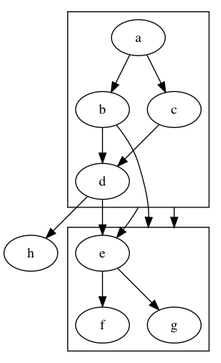
The Graphviz diagram openapi-workflow/v1.dot.png in philsturgeon/diagrams, before a commit. Its source is kept beside it as openapi-workflow/v1.dot.
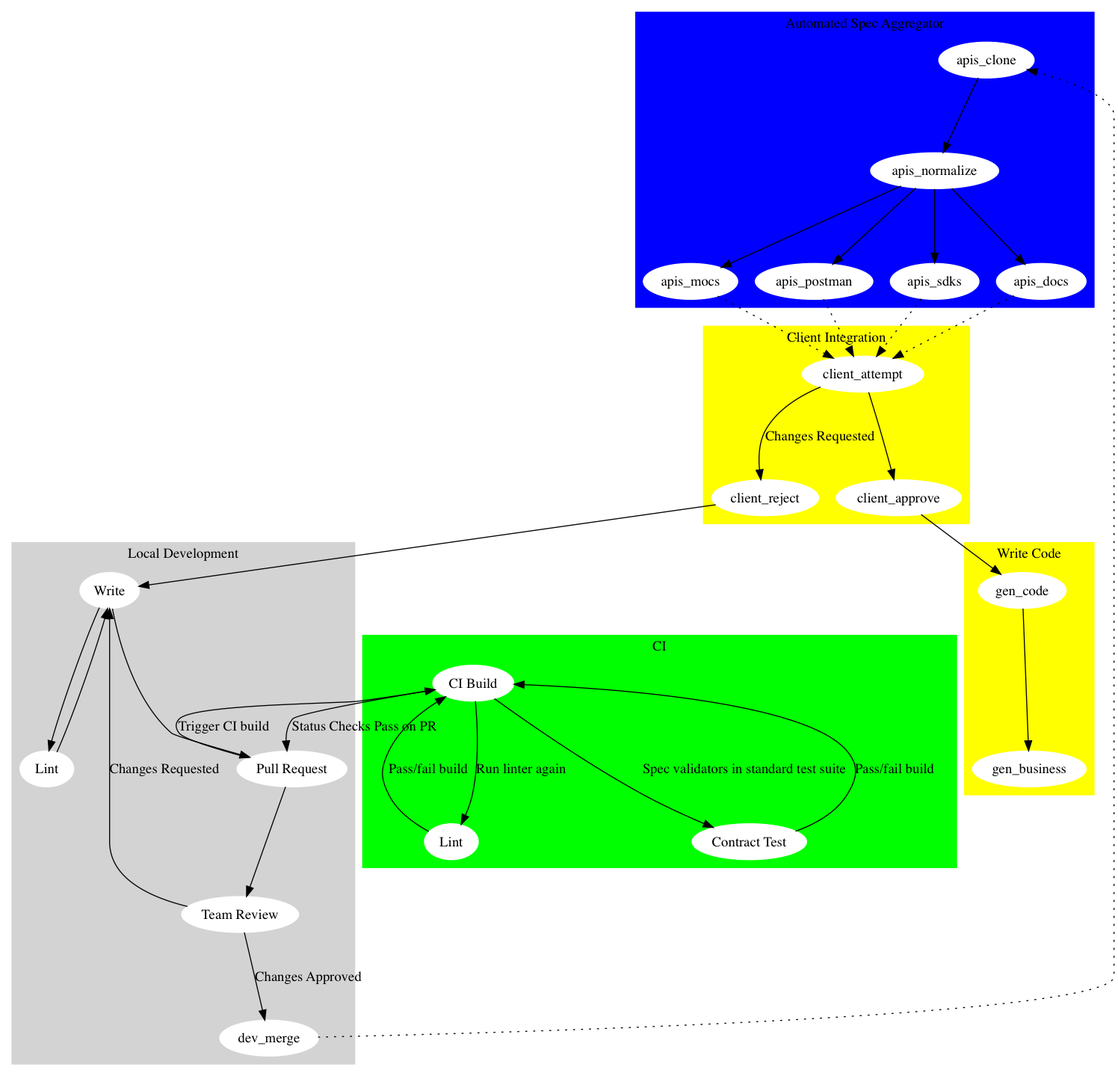
The same file after the commit.

Commit message:
Got the content mostly right, looks like hell

Diff of the diagram source:
```diff
@@ -1,18 +1,84 @@
 digraph G {
     compound=true;
     subgraph cluster0 {
-        a -> b;
-        a -> c;
-        b -> d;
-        c -> d;
+        style=filled;
+		color=lightgrey;
+		node [style=filled,color=white];
+        label = "Local Development";
+
+        dev_write [label="Write"];
+        dev_lint [label="Lint"];
+        dev_pr [label="Pull Request"];
+        dev_review [label="Team Review"];
+        dev_merge
+
+        dev_write -> dev_lint;
+        dev_lint -> dev_write;
+        dev_write -> dev_pr;
+        dev_pr -> dev_review;
+        dev_review -> dev_write [label="Changes Requested"];
+        dev_review -> dev_merge [label="Changes Approved"];
     }
     subgraph cluster1 {
-        e -> g;
-        e -> f;
+        style=filled;
+		color=green;
+		node [style=filled,color=white];
+        label = "CI";
+
+        ci_build [label="CI Build"];
+        ci_lint [label="Lint"];
+        ci_contract_test [label="Contract Test"];
+
+        dev_pr -> ci_build [label="Trigger CI build"]
+
+        ci_build -> ci_lint [label="Run linter again"];
+        ci_lint -> ci_build [label="Pass/fail build"];
+
+        ci_build -> ci_contract_test [label="Spec validators in standard test suite"];
+        ci_contract_test -> ci_build [label="Pass/fail build"];
+
+        ci_build -> dev_pr [label="Status Checks Pass on PR"]
     }
-    b -> f [lhead=cluster1];
-    d -> e;
-    c -> g [ltail=cluster0, lhead=cluster1];
-    c -> e [ltail=cluster0];
-    d -> h;
+
+    subgraph cluster2 {
+        style=filled;
+		color=blue;
+		node [style=filled,color=white];
+        label = "Automated Spec Aggregator";
+
+        dev_merge -> apis_clone [style=dotted]
+        apis_clone -> apis_normalize
+
+        apis_normalize -> apis_docs
+        apis_normalize -> apis_mocs
+        apis_normalize -> apis_postman
+        apis_normalize -> apis_sdks
+     }
+
+    subgraph cluster3 {
+        style=filled;
+		color=yellow;
+		node [style=filled,color=white];
+        label = "Client Integration";
+
+        apis_docs -> client_attempt [style=dotted]
+        apis_mocs -> client_attempt [style=dotted]
+        apis_postman -> client_attempt [style=dotted]
+        apis_sdks -> client_attempt [style=dotted]
+
+        client_attempt -> client_reject [label="Changes Requested"];
+        client_reject -> dev_write
+
+        client_attempt -> client_approve
+    }
+
+    subgraph cluster4 {
+        style=filled;
+		color=yellow;
+		node [style=filled,color=white];
+        label = "Write Code";
+
+        client_approve -> gen_code
+        gen_code -> gen_business
+    }
 }
```
